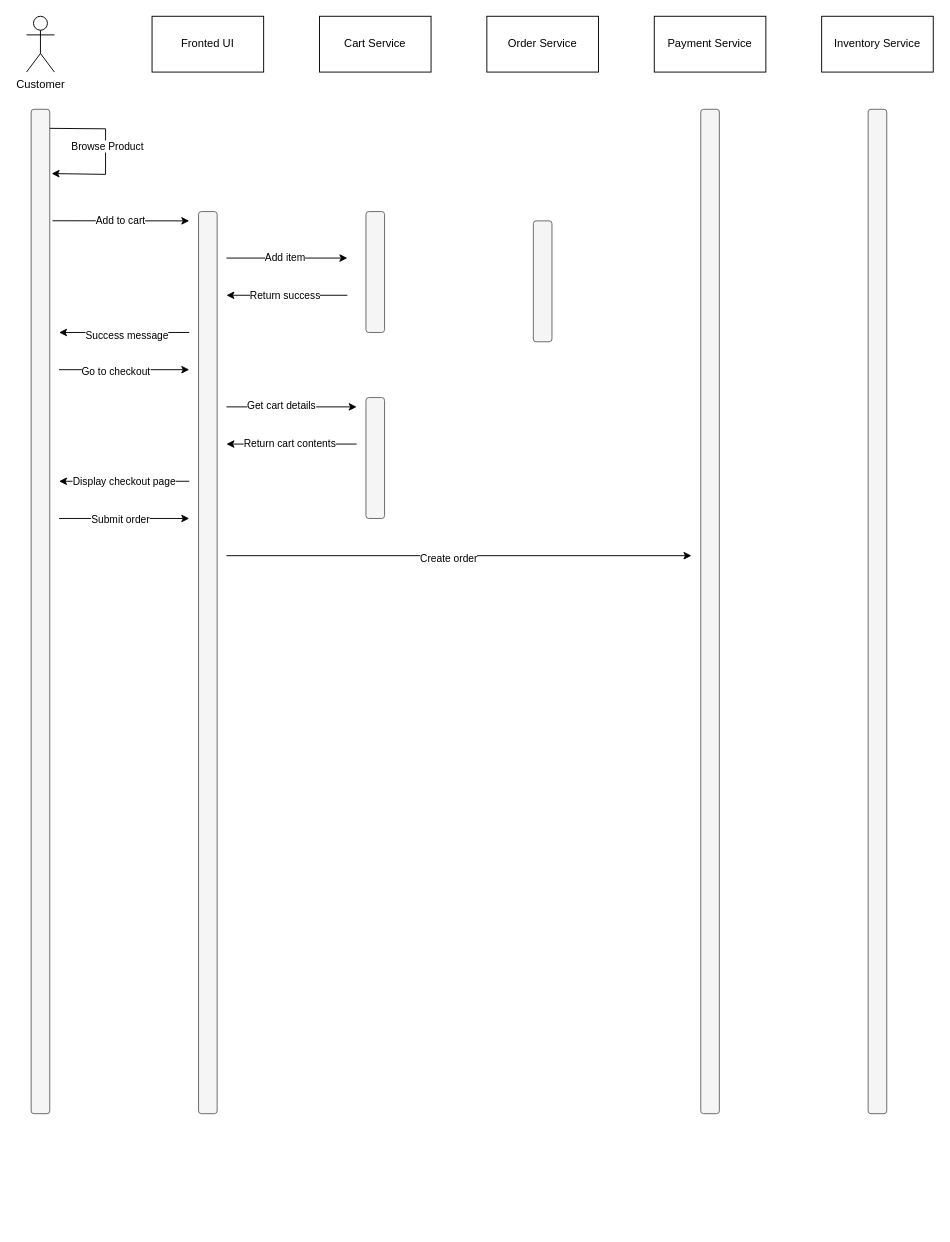
Earlier version of the draw.io diagram page "第 1 页" (1 of 2) of Sequence_Diagram.drawio (mushroomAAA/draw.io). Source tidied: cells renumbered, new cells numbered last; positions are measured from the earlier drawing's top-left corner, leaving out a move shared by most shapes. Both pictures are drawn from the tidied source at 93%, with x=0, y=0 at pixel (26, 16).
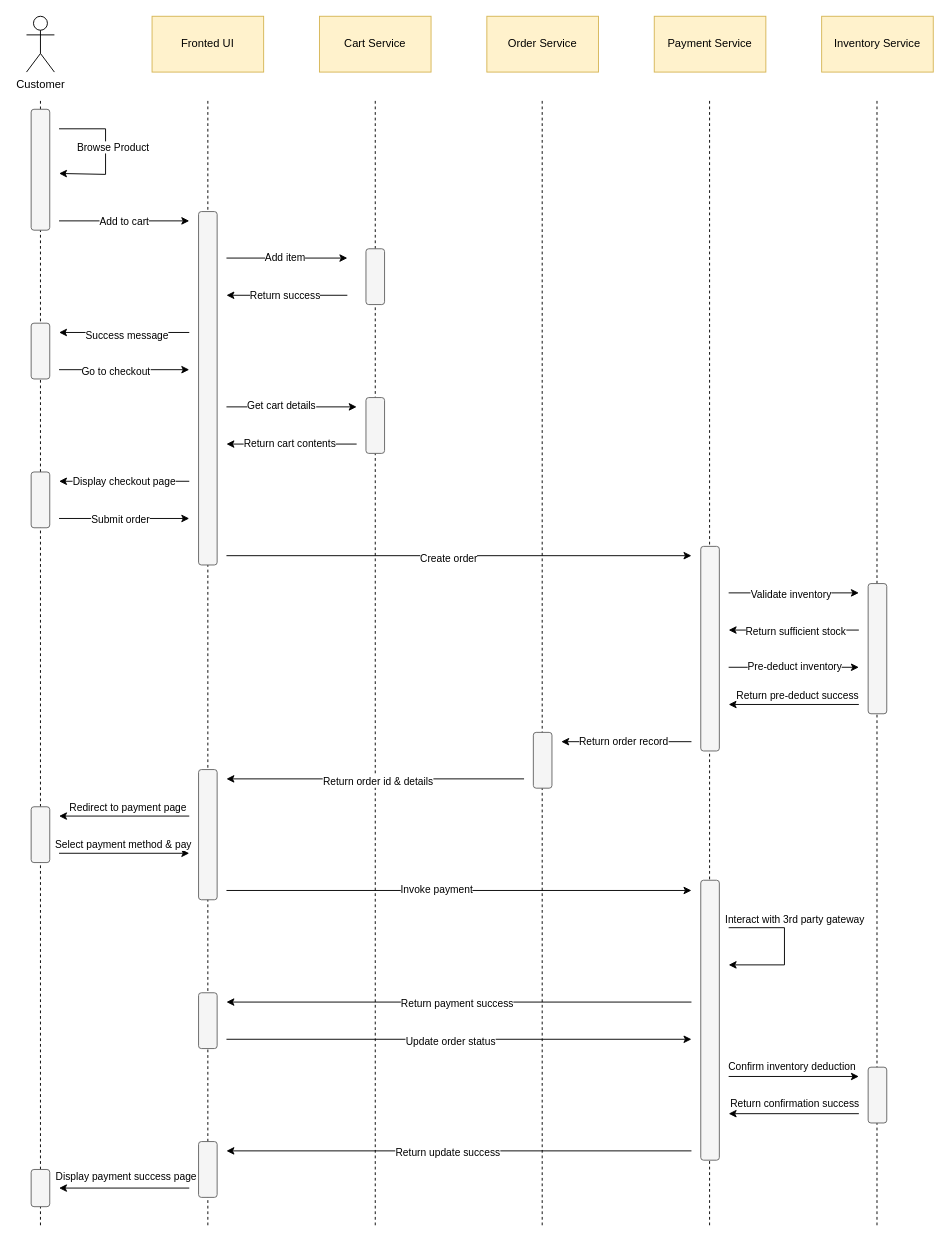
Above is the later version.

The edit, as a diff of the source:
```diff
@@
+    <mxCell id="37" style="endArrow=none;dashed=1;html=1;rounded=0;" parent="1" edge="1">
+      <mxGeometry relative="1" as="geometry">
+        <mxPoint x="914.5" y="1300" as="sourcePoint" />
+        <mxPoint x="914.5" y="90" as="targetPoint" />
+      </mxGeometry>
+    </mxCell>
+    <mxCell id="38" style="endArrow=none;dashed=1;html=1;rounded=0;" parent="1" edge="1">
+      <mxGeometry relative="1" as="geometry">
+        <mxPoint x="734.5" y="1300" as="sourcePoint" />
+        <mxPoint x="734.5" y="90" as="targetPoint" />
+      </mxGeometry>
+    </mxCell>
+    <mxCell id="39" style="endArrow=none;dashed=1;html=1;rounded=0;" parent="1" edge="1">
+      <mxGeometry relative="1" as="geometry">
+        <mxPoint x="554.5" y="1300" as="sourcePoint" />
+        <mxPoint x="554.5" y="90" as="targetPoint" />
+      </mxGeometry>
+    </mxCell>
+    <mxCell id="40" style="endArrow=none;dashed=1;html=1;rounded=0;" parent="1" edge="1">
+      <mxGeometry relative="1" as="geometry">
+        <mxPoint x="375" y="1300" as="sourcePoint" />
+        <mxPoint x="375" y="90" as="targetPoint" />
+      </mxGeometry>
+    </mxCell>
+    <mxCell id="41" style="endArrow=none;dashed=1;html=1;rounded=0;" parent="1" edge="1">
+      <mxGeometry relative="1" as="geometry">
+        <mxPoint x="195" y="1300" as="sourcePoint" />
+        <mxPoint x="195" y="90" as="targetPoint" />
+      </mxGeometry>
+    </mxCell>
+    <mxCell id="42" style="endArrow=none;dashed=1;html=1;rounded=0;" parent="1" edge="1">
+      <mxGeometry relative="1" as="geometry">
+        <mxPoint x="15" y="1300" as="sourcePoint" />
+        <mxPoint x="15" y="90" as="targetPoint" />
+      </mxGeometry>
+    </mxCell>
@@
-    <mxCell id="3" value="Fronted UI" style="rounded=0;whiteSpace=wrap;html=1;" parent="1" vertex="1">
+    <mxCell id="3" value="Fronted UI" style="rounded=0;whiteSpace=wrap;html=1;fillColor=#fff2cc;strokeColor=#d6b656;" parent="1" vertex="1">
       <mxGeometry x="135" width="120" height="60" as="geometry" />
     </mxCell>
-    <mxCell id="4" value="Cart Service" style="rounded=0;whiteSpace=wrap;html=1;" parent="1" vertex="1">
+    <mxCell id="4" value="Cart Service" style="rounded=0;whiteSpace=wrap;html=1;fillColor=#fff2cc;strokeColor=#d6b656;" parent="1" vertex="1">
       <mxGeometry x="315" width="120" height="60" as="geometry" />
     </mxCell>
-    <mxCell id="5" value="Order Service" style="rounded=0;whiteSpace=wrap;html=1;" parent="1" vertex="1">
+    <mxCell id="5" value="Order Service" style="rounded=0;whiteSpace=wrap;html=1;fillColor=#fff2cc;strokeColor=#d6b656;" parent="1" vertex="1">
       <mxGeometry x="495" width="120" height="60" as="geometry" />
     </mxCell>
-    <mxCell id="6" value="Payment Service" style="rounded=0;whiteSpace=wrap;html=1;" parent="1" vertex="1">
+    <mxCell id="6" value="Payment Service" style="rounded=0;whiteSpace=wrap;html=1;fillColor=#fff2cc;strokeColor=#d6b656;" parent="1" vertex="1">
       <mxGeometry x="675" width="120" height="60" as="geometry" />
     </mxCell>
-    <mxCell id="7" value="Inventory Service" style="rounded=0;whiteSpace=wrap;html=1;" parent="1" vertex="1">
+    <mxCell id="7" value="Inventory Service" style="rounded=0;whiteSpace=wrap;html=1;fillColor=#fff2cc;strokeColor=#d6b656;" parent="1" vertex="1">
       <mxGeometry x="855" width="120" height="60" as="geometry" />
     </mxCell>
     <mxCell id="8" style="rounded=1;whiteSpace=wrap;html=1;fillColor=#f5f5f5;fontColor=#333333;strokeColor=#666666;" parent="1" vertex="1">
-      <mxGeometry x="5" y="100" width="20" height="1080" as="geometry" />
+      <mxGeometry x="5" y="100" width="20" height="130" as="geometry" />
     </mxCell>
     <mxCell id="9" style="rounded=1;whiteSpace=wrap;html=1;fillColor=#f5f5f5;fontColor=#333333;strokeColor=#666666;" parent="1" vertex="1">
-      <mxGeometry x="185" y="210" width="20" height="970" as="geometry" />
+      <mxGeometry x="185" y="210" width="20" height="380" as="geometry" />
     </mxCell>
     <mxCell id="10" style="rounded=1;whiteSpace=wrap;html=1;fillColor=#f5f5f5;fontColor=#333333;strokeColor=#666666;" parent="1" vertex="1">
-      <mxGeometry x="365" y="210" width="20" height="130" as="geometry" />
+      <mxGeometry x="365" y="250" width="20" height="60" as="geometry" />
     </mxCell>
     <mxCell id="11" style="rounded=1;whiteSpace=wrap;html=1;fillColor=#f5f5f5;fontColor=#333333;strokeColor=#666666;" parent="1" vertex="1">
-      <mxGeometry x="545" y="220" width="20" height="130" as="geometry" />
+      <mxGeometry x="545" y="770" width="20" height="60" as="geometry" />
     </mxCell>
     <mxCell id="12" style="rounded=1;whiteSpace=wrap;html=1;fillColor=#f5f5f5;fontColor=#333333;strokeColor=#666666;" parent="1" vertex="1">
-      <mxGeometry x="725" y="100" width="20" height="1080" as="geometry" />
+      <mxGeometry x="725" y="570" width="20" height="220" as="geometry" />
     </mxCell>
     <mxCell id="13" style="rounded=1;whiteSpace=wrap;html=1;fillColor=#f5f5f5;fontColor=#333333;strokeColor=#666666;" parent="1" vertex="1">
-      <mxGeometry x="905" y="100" width="20" height="1080" as="geometry" />
+      <mxGeometry x="905" y="610" width="20" height="140" as="geometry" />
     </mxCell>
-    <mxCell id="14" style="endArrow=classic;html=1;rounded=0;exitX=1;exitY=0.019;exitDx=0;exitDy=0;exitPerimeter=0;entryX=1.1;entryY=0.064;entryDx=0;entryDy=0;entryPerimeter=0;" parent="1" edge="1" source="8" target="8">
+    <mxCell id="14" style="endArrow=classic;html=1;rounded=0;" parent="1" edge="1">
       <mxGeometry relative="1" as="geometry">
+        <mxPoint x="35" y="121" as="sourcePoint" />
+        <mxPoint x="35" y="169" as="targetPoint" />
         <Array as="points">
           <mxPoint x="85" y="121" />
           <mxPoint x="85" y="170" />
         </Array>
       </mxGeometry>
     </mxCell>
@@
-    <mxCell id="16" style="endArrow=classic;html=1;rounded=0;exitX=1.15;exitY=0.111;exitDx=0;exitDy=0;exitPerimeter=0;" parent="1" edge="1" source="8">
+    <mxCell id="16" style="endArrow=classic;html=1;rounded=0;" parent="1" edge="1">
       <mxGeometry relative="1" as="geometry">
+        <mxPoint x="35" y="220" as="sourcePoint" />
         <mxPoint x="175" y="220" as="targetPoint" />
       </mxGeometry>
     </mxCell>
@@
     <mxCell id="26" style="rounded=1;whiteSpace=wrap;html=1;fillColor=#f5f5f5;fontColor=#333333;strokeColor=#666666;" parent="1" vertex="1">
-      <mxGeometry x="365" y="410" width="20" height="130" as="geometry" />
+      <mxGeometry x="365" y="410" width="20" height="60" as="geometry" />
     </mxCell>
@@
+    <mxCell id="43" style="endArrow=classic;html=1;rounded=0;" parent="1" edge="1">
+      <mxGeometry relative="1" as="geometry">
+        <mxPoint x="755" y="620" as="sourcePoint" />
+        <mxPoint x="895" y="620" as="targetPoint" />
+      </mxGeometry>
+    </mxCell>
+    <mxCell id="44" value="Validate inventory" style="edgeLabel;html=1;align=center;verticalAlign=middle;" parent="43" vertex="1">
+      <mxGeometry x="-0.06" y="-1" relative="1" as="geometry" />
+    </mxCell>
+    <mxCell id="45" style="endArrow=classic;html=1;rounded=0;" parent="1" edge="1">
+      <mxGeometry relative="1" as="geometry">
+        <mxPoint x="895" y="660" as="sourcePoint" />
+        <mxPoint x="755" y="660" as="targetPoint" />
+      </mxGeometry>
+    </mxCell>
+    <mxCell id="46" value="Return sufficient stock" style="edgeLabel;html=1;align=center;verticalAlign=middle;" parent="45" vertex="1">
+      <mxGeometry x="-0.01" y="1" relative="1" as="geometry" />
+    </mxCell>
+    <mxCell id="47" style="endArrow=classic;html=1;rounded=0;" parent="1" edge="1">
+      <mxGeometry relative="1" as="geometry">
+        <mxPoint x="755" y="700" as="sourcePoint" />
+        <mxPoint x="895" y="700" as="targetPoint" />
+      </mxGeometry>
+    </mxCell>
+    <mxCell id="48" value="Pre-deduct inventory" style="edgeLabel;html=1;align=center;verticalAlign=middle;" parent="47" vertex="1">
+      <mxGeometry y="2" relative="1" as="geometry" />
+    </mxCell>
+    <mxCell id="49" style="endArrow=classic;html=1;rounded=0;" parent="1" edge="1">
+      <mxGeometry relative="1" as="geometry">
+        <mxPoint x="895" y="740" as="sourcePoint" />
+        <mxPoint x="755" y="740" as="targetPoint" />
+      </mxGeometry>
+    </mxCell>
+    <mxCell id="50" value="Return pre-deduct success" style="edgeLabel;html=1;align=center;verticalAlign=middle;" parent="49" vertex="1">
+      <mxGeometry x="-0.04" relative="1" as="geometry">
+        <mxPoint y="-10" as="offset" />
+      </mxGeometry>
+    </mxCell>
+    <mxCell id="51" style="endArrow=classic;html=1;rounded=0;" parent="1" edge="1">
+      <mxGeometry relative="1" as="geometry">
+        <mxPoint x="715" y="780" as="sourcePoint" />
+        <mxPoint x="575" y="780" as="targetPoint" />
+      </mxGeometry>
+    </mxCell>
+    <mxCell id="52" value="Return order record" style="edgeLabel;html=1;align=center;verticalAlign=middle;" parent="51" vertex="1">
+      <mxGeometry x="0.06" y="-1" relative="1" as="geometry" />
+    </mxCell>
+    <mxCell id="53" style="endArrow=classic;html=1;rounded=0;" parent="1" edge="1">
+      <mxGeometry relative="1" as="geometry">
+        <mxPoint x="535" y="820" as="sourcePoint" />
+        <mxPoint x="215" y="820" as="targetPoint" />
+      </mxGeometry>
+    </mxCell>
+    <mxCell id="54" value="Return order id &amp;amp; details" style="edgeLabel;html=1;align=center;verticalAlign=middle;" parent="53" vertex="1">
+      <mxGeometry x="-0.01" y="2" relative="1" as="geometry" />
+    </mxCell>
+    <mxCell id="55" style="rounded=1;whiteSpace=wrap;html=1;fillColor=#f5f5f5;fontColor=#333333;strokeColor=#666666;" parent="1" vertex="1">
+      <mxGeometry x="185" y="810" width="20" height="140" as="geometry" />
+    </mxCell>
+    <mxCell id="56" style="endArrow=classic;html=1;rounded=0;" parent="1" edge="1">
+      <mxGeometry relative="1" as="geometry">
+        <mxPoint x="175" y="860" as="sourcePoint" />
+        <mxPoint x="35" y="860" as="targetPoint" />
+      </mxGeometry>
+    </mxCell>
+    <mxCell id="57" value="Redirect to payment page" style="edgeLabel;html=1;align=center;verticalAlign=middle;" parent="56" vertex="1">
+      <mxGeometry x="0.01" y="3" relative="1" as="geometry">
+        <mxPoint x="4" y="-13" as="offset" />
+      </mxGeometry>
+    </mxCell>
+    <mxCell id="58" style="endArrow=classic;html=1;rounded=0;" parent="1" edge="1">
+      <mxGeometry relative="1" as="geometry">
+        <mxPoint x="35" y="900" as="sourcePoint" />
+        <mxPoint x="175" y="900" as="targetPoint" />
+      </mxGeometry>
+    </mxCell>
+    <mxCell id="59" value="Select payment method &amp;amp; pay" style="edgeLabel;html=1;align=center;verticalAlign=middle;" parent="58" vertex="1">
+      <mxGeometry x="-0.03" y="1" relative="1" as="geometry">
+        <mxPoint y="-9" as="offset" />
+      </mxGeometry>
+    </mxCell>
+    <mxCell id="60" style="endArrow=classic;html=1;rounded=0;" parent="1" edge="1">
+      <mxGeometry relative="1" as="geometry">
+        <mxPoint x="215" y="940" as="sourcePoint" />
+        <mxPoint x="715" y="940" as="targetPoint" />
+      </mxGeometry>
+    </mxCell>
+    <mxCell id="61" value="Invoke payment" style="edgeLabel;html=1;align=center;verticalAlign=middle;" parent="60" vertex="1">
+      <mxGeometry x="-0.1" y="2" relative="1" as="geometry" />
+    </mxCell>
+    <mxCell id="62" style="rounded=1;whiteSpace=wrap;html=1;fillColor=#f5f5f5;fontColor=#333333;strokeColor=#666666;" parent="1" vertex="1">
+      <mxGeometry x="725" y="929" width="20" height="301" as="geometry" />
+    </mxCell>
+    <mxCell id="63" style="endArrow=classic;html=1;rounded=0;" parent="1" edge="1">
+      <mxGeometry relative="1" as="geometry">
+        <mxPoint x="755" y="980" as="sourcePoint" />
+        <mxPoint x="755" y="1020" as="targetPoint" />
+        <Array as="points">
+          <mxPoint x="815" y="980" />
+          <mxPoint x="815" y="1020" />
+        </Array>
+      </mxGeometry>
+    </mxCell>
+    <mxCell id="64" value="Interact with 3rd party gateway" style="edgeLabel;html=1;align=center;verticalAlign=middle;" parent="63" vertex="1">
+      <mxGeometry x="-0.65" relative="1" as="geometry">
+        <mxPoint x="42" y="-10" as="offset" />
+      </mxGeometry>
+    </mxCell>
+    <mxCell id="65" style="rounded=1;whiteSpace=wrap;html=1;fillColor=#f5f5f5;fontColor=#333333;strokeColor=#666666;" parent="1" vertex="1">
+      <mxGeometry x="185" y="1050" width="20" height="60" as="geometry" />
+    </mxCell>
+    <mxCell id="66" style="endArrow=classic;html=1;rounded=0;" parent="1" edge="1">
+      <mxGeometry relative="1" as="geometry">
+        <mxPoint x="715" y="1060" as="sourcePoint" />
+        <mxPoint x="215" y="1060" as="targetPoint" />
+      </mxGeometry>
+    </mxCell>
+    <mxCell id="67" value="Return payment success" style="edgeLabel;html=1;align=center;verticalAlign=middle;" parent="66" vertex="1">
+      <mxGeometry x="0.01" y="1" relative="1" as="geometry" />
+    </mxCell>
+    <mxCell id="68" style="endArrow=classic;html=1;rounded=0;" parent="1" edge="1">
+      <mxGeometry relative="1" as="geometry">
+        <mxPoint x="215" y="1100" as="sourcePoint" />
+        <mxPoint x="715" y="1100" as="targetPoint" />
+      </mxGeometry>
+    </mxCell>
+    <mxCell id="69" value="Update order status" style="edgeLabel;html=1;align=center;verticalAlign=middle;" parent="68" vertex="1">
+      <mxGeometry x="-0.04" y="-2" relative="1" as="geometry" />
+    </mxCell>
+    <mxCell id="70" style="rounded=1;whiteSpace=wrap;html=1;fillColor=#f5f5f5;fontColor=#333333;strokeColor=#666666;" parent="1" vertex="1">
+      <mxGeometry x="905" y="1130" width="20" height="60" as="geometry" />
+    </mxCell>
+    <mxCell id="71" style="endArrow=classic;html=1;rounded=0;" parent="1" edge="1">
+      <mxGeometry relative="1" as="geometry">
+        <mxPoint x="755" y="1140" as="sourcePoint" />
+        <mxPoint x="895" y="1140" as="targetPoint" />
+      </mxGeometry>
+    </mxCell>
+    <mxCell id="72" value="Confirm inventory deduction" style="edgeLabel;html=1;align=center;verticalAlign=middle;" parent="71" vertex="1">
+      <mxGeometry x="-0.04" y="3" relative="1" as="geometry">
+        <mxPoint y="-9" as="offset" />
+      </mxGeometry>
+    </mxCell>
+    <mxCell id="73" style="endArrow=classic;html=1;rounded=0;" parent="1" edge="1">
+      <mxGeometry relative="1" as="geometry">
+        <mxPoint x="895" y="1180" as="sourcePoint" />
+        <mxPoint x="755" y="1180" as="targetPoint" />
+      </mxGeometry>
+    </mxCell>
+    <mxCell id="74" value="Return confirmation success" style="edgeLabel;html=1;align=center;verticalAlign=middle;" parent="73" vertex="1">
+      <mxGeometry x="0.04" y="2" relative="1" as="geometry">
+        <mxPoint x="3" y="-14" as="offset" />
+      </mxGeometry>
+    </mxCell>
+    <mxCell id="75" style="endArrow=classic;html=1;rounded=0;" parent="1" edge="1">
+      <mxGeometry relative="1" as="geometry">
+        <mxPoint x="715" y="1220" as="sourcePoint" />
+        <mxPoint x="215" y="1220" as="targetPoint" />
+      </mxGeometry>
+    </mxCell>
+    <mxCell id="76" value="Return update success" style="edgeLabel;html=1;align=center;verticalAlign=middle;" parent="75" vertex="1">
+      <mxGeometry x="0.05" y="1" relative="1" as="geometry" />
+    </mxCell>
+    <mxCell id="77" style="rounded=1;whiteSpace=wrap;html=1;fillColor=#f5f5f5;fontColor=#333333;strokeColor=#666666;" parent="1" vertex="1">
+      <mxGeometry x="185" y="1210" width="20" height="60" as="geometry" />
+    </mxCell>
+    <mxCell id="78" style="endArrow=classic;html=1;rounded=0;" parent="1" edge="1">
+      <mxGeometry relative="1" as="geometry">
+        <mxPoint x="175" y="1260" as="sourcePoint" />
+        <mxPoint x="35" y="1260" as="targetPoint" />
+      </mxGeometry>
+    </mxCell>
+    <mxCell id="79" value="Display payment success page" style="edgeLabel;html=1;align=center;verticalAlign=middle;" parent="78" vertex="1">
+      <mxGeometry x="-0.01" relative="1" as="geometry">
+        <mxPoint y="-13" as="offset" />
+      </mxGeometry>
+    </mxCell>
+    <mxCell id="80" style="rounded=1;whiteSpace=wrap;html=1;fillColor=#f5f5f5;fontColor=#333333;strokeColor=#666666;" parent="1" vertex="1">
+      <mxGeometry x="5" y="330" width="20" height="60" as="geometry" />
+    </mxCell>
+    <mxCell id="81" style="rounded=1;whiteSpace=wrap;html=1;fillColor=#f5f5f5;fontColor=#333333;strokeColor=#666666;" parent="1" vertex="1">
+      <mxGeometry x="5" y="490" width="20" height="60" as="geometry" />
+    </mxCell>
+    <mxCell id="82" style="rounded=1;whiteSpace=wrap;html=1;fillColor=#f5f5f5;fontColor=#333333;strokeColor=#666666;" parent="1" vertex="1">
+      <mxGeometry x="5" y="850" width="20" height="60" as="geometry" />
+    </mxCell>
+    <mxCell id="83" style="rounded=1;whiteSpace=wrap;html=1;fillColor=#f5f5f5;fontColor=#333333;strokeColor=#666666;" parent="1" vertex="1">
+      <mxGeometry x="5" y="1240" width="20" height="40" as="geometry" />
+    </mxCell>
```
